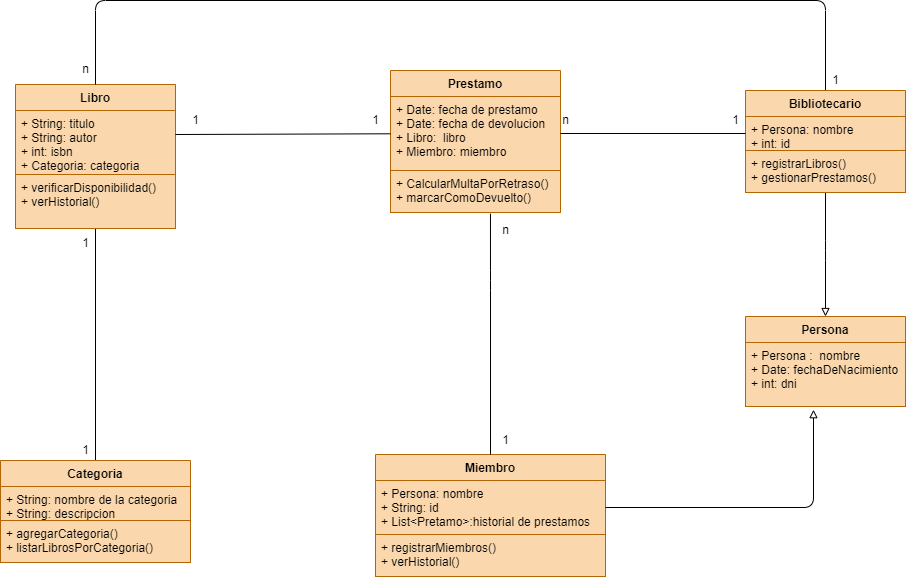
The draw.io diagram Diagramas/Sistema_de_Bibliotecas_A.drawio.png in nexphernandez/Diagramas-de-Clase, before a commit. Source tidied: cells renumbered, new cells last; positions are measured from the earlier drawing's top-left corner, leaving out a move shared by most shapes.
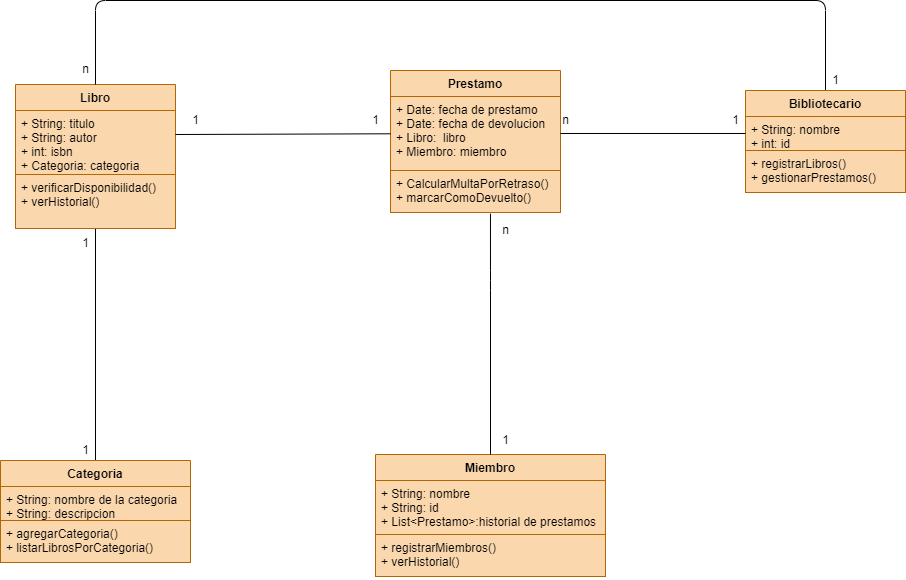
After the change.

Diff of the diagram source:
```diff
@@ -20,7 +20,7 @@
     <mxCell id="7" value="Miembro" style="swimlane;fontStyle=1;align=center;verticalAlign=top;horizontal=1;startSize=26;fillColor=#fad7ac;strokeColor=#b46504;" parent="1" vertex="1">
       <mxGeometry x="375" y="454" width="230" height="122" as="geometry" />
     </mxCell>
-    <mxCell id="8" value="+ Persona: nombre&#10;+ String: id&#10;+ List&lt;Pretamo&gt;:historial de prestamos" style="text;fillColor=#fad7ac;align=left;verticalAlign=top;spacingLeft=4;spacingRight=4;overflow=hidden;points=[[0,0.5],[1,0.5]];portConstraint=eastwest;strokeColor=#b46504;" parent="7" vertex="1">
+    <mxCell id="8" value="+ String: nombre&#10;+ String: id&#10;+ List&lt;Prestamo&gt;:historial de prestamos" style="text;fillColor=#fad7ac;align=left;verticalAlign=top;spacingLeft=4;spacingRight=4;overflow=hidden;points=[[0,0.5],[1,0.5]];portConstraint=eastwest;strokeColor=#b46504;" parent="7" vertex="1">
       <mxGeometry y="26" width="230" height="54" as="geometry" />
     </mxCell>
     <mxCell id="9" style="line;strokeWidth=1;fillColor=#fad7ac;align=left;verticalAlign=middle;spacingTop=-1;spacingLeft=3;spacingRight=3;labelPosition=right;strokeColor=#b46504;" parent="7" vertex="1">
@@ -41,14 +41,6 @@
     <mxCell id="14" value="+ CalcularMultaPorRetraso()&#10;+ marcarComoDevuelto()" style="text;strokeColor=#b46504;fillColor=#fad7ac;align=left;verticalAlign=top;spacingLeft=4;spacingRight=4;overflow=hidden;points=[[0,0.5],[1,0.5]];portConstraint=eastwest;" parent="11" vertex="1">
       <mxGeometry y="100" width="170" height="42" as="geometry" />
     </mxCell>
-    <mxCell id="15" style="edgeStyle=orthogonalEdgeStyle;html=1;entryX=0.5;entryY=0;entryDx=0;entryDy=0;endArrow=block;endFill=0;" parent="1" edge="1" source="17" target="25">
-      <mxGeometry relative="1" as="geometry">
-        <Array as="points">
-          <mxPoint x="825" y="250" />
-          <mxPoint x="825" y="250" />
-        </Array>
-      </mxGeometry>
-    </mxCell>
     <mxCell id="16" style="edgeStyle=orthogonalEdgeStyle;html=1;endArrow=none;endFill=0;entryX=0.5;entryY=0;entryDx=0;entryDy=0;" parent="1" edge="1" source="17" target="3">
       <mxGeometry relative="1" as="geometry">
         <Array as="points">
@@ -60,7 +52,7 @@
     <mxCell id="17" value="Bibliotecario" style="swimlane;fontStyle=1;align=center;verticalAlign=top;horizontal=1;startSize=26;fillColor=#fad7ac;strokeColor=#b46504;" parent="1" vertex="1">
       <mxGeometry x="745" y="90" width="160" height="102" as="geometry" />
     </mxCell>
-    <mxCell id="18" value="+ Persona: nombre&#10;+ int: id" style="text;strokeColor=#b46504;fillColor=#fad7ac;align=left;verticalAlign=top;spacingLeft=4;spacingRight=4;overflow=hidden;points=[[0,0.5],[1,0.5]];portConstraint=eastwest;" parent="17" vertex="1">
+    <mxCell id="18" value="+ String: nombre&#10;+ int: id" style="text;strokeColor=#b46504;fillColor=#fad7ac;align=left;verticalAlign=top;spacingLeft=4;spacingRight=4;overflow=hidden;points=[[0,0.5],[1,0.5]];portConstraint=eastwest;" parent="17" vertex="1">
       <mxGeometry y="26" width="160" height="34" as="geometry" />
     </mxCell>
     <mxCell id="19" style="line;strokeWidth=1;fillColor=none;align=left;verticalAlign=middle;spacingTop=-1;spacingLeft=3;spacingRight=3;labelPosition=right;strokeColor=inherit;" parent="17" vertex="1">
@@ -81,15 +73,6 @@
     <mxCell id="24" value="+ agregarCategoria()&#10;+ listarLibrosPorCategoria()" style="text;strokeColor=#b46504;fillColor=#fad7ac;align=left;verticalAlign=top;spacingLeft=4;spacingRight=4;overflow=hidden;" parent="21" vertex="1">
       <mxGeometry y="60" width="190" height="42" as="geometry" />
     </mxCell>
-    <mxCell id="25" value="Persona" style="swimlane;fontStyle=1;align=center;verticalAlign=top;horizontal=1;startSize=26;fillColor=#fad7ac;strokeColor=#b46504;" parent="1" vertex="1">
-      <mxGeometry x="745" y="316" width="160" height="90" as="geometry" />
-    </mxCell>
-    <mxCell id="26" value="+ Persona :  nombre&#10;+ Date: fechaDeNacimiento&#10;+ int: dni" style="text;fillColor=#fad7ac;align=left;verticalAlign=top;spacingLeft=4;spacingRight=4;overflow=hidden;points=[[0,0.5],[1,0.5]];portConstraint=eastwest;strokeColor=#b46504;" parent="25" vertex="1">
-      <mxGeometry y="26" width="160" height="64" as="geometry" />
-    </mxCell>
-    <mxCell id="27" style="line;strokeWidth=1;fillColor=none;align=left;verticalAlign=middle;spacingTop=-1;spacingLeft=3;spacingRight=3;labelPosition=right;strokeColor=inherit;" parent="25" vertex="1">
-      <mxGeometry y="90" width="160" as="geometry" />
-    </mxCell>
     <mxCell id="28" style="edgeStyle=none;html=1;entryX=0;entryY=0.5;entryDx=0;entryDy=0;endArrow=none;endFill=0;" parent="1" edge="1" source="12" target="18">
       <mxGeometry relative="1" as="geometry" />
     </mxCell>
@@ -110,13 +93,6 @@
     <mxCell id="32" value="n" style="text;html=1;align=center;verticalAlign=middle;strokeColor=none;fillColor=none;" parent="1" vertex="1">
       <mxGeometry x="490" y="215" width="30" height="30" as="geometry" />
     </mxCell>
-    <mxCell id="33" style="edgeStyle=orthogonalEdgeStyle;html=1;entryX=0.425;entryY=1.05;entryDx=0;entryDy=0;entryPerimeter=0;endArrow=block;endFill=0;" parent="1" edge="1" source="8" target="26">
-      <mxGeometry relative="1" as="geometry">
-        <Array as="points">
-          <mxPoint x="813" y="507" />
-        </Array>
-      </mxGeometry>
-    </mxCell>
     <mxCell id="34" value="1" style="text;html=1;align=center;verticalAlign=middle;strokeColor=none;fillColor=none;" parent="1" vertex="1">
       <mxGeometry x="360" y="105" width="30" height="30" as="geometry" />
     </mxCell>
```
